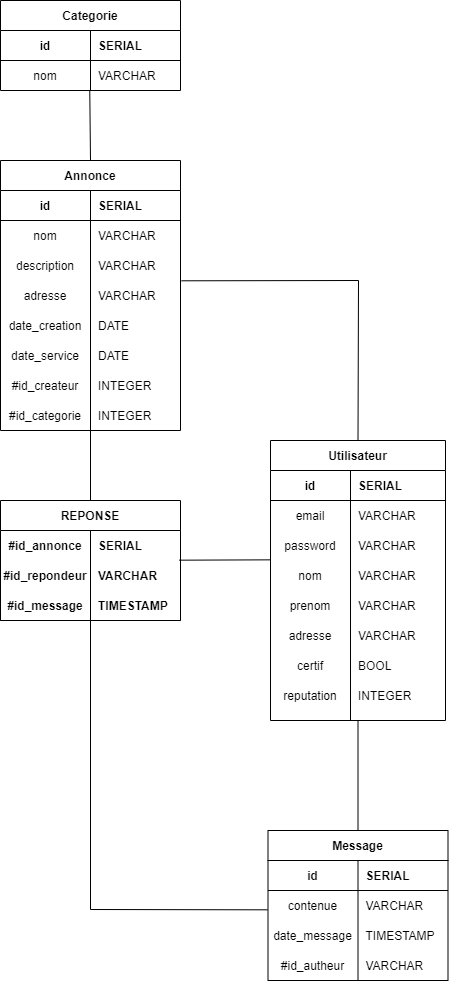
Earlier version of the draw.io export rapport/images/Schema-relationnel-BDD.png (SkavenWannabe/ArtEntraide). Source tidied: cells renumbered, new cells last; positions are measured from the earlier drawing's top-left corner, leaving out a move shared by most shapes.
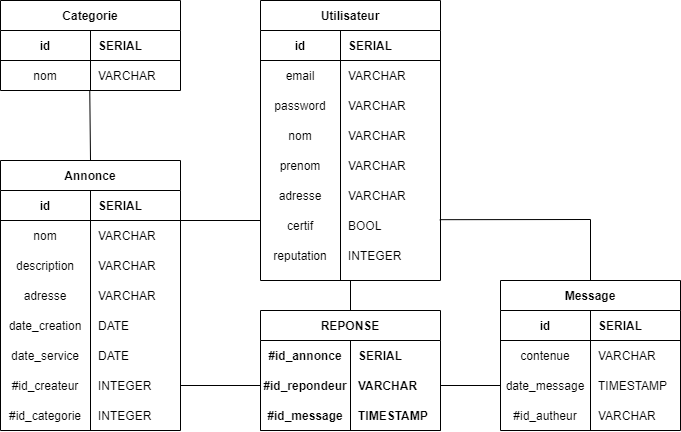
The same diagram one commit later.

Commit message:
Réduction de la taille du schéma de la bdd

The edit, as a diff of the source:
```diff
@@ -3,79 +3,79 @@
     <mxCell id="0" />
     <mxCell id="1" parent="0" />
     <mxCell id="2" value="Utilisateur" style="shape=table;startSize=30;rowLines=0;fontStyle=1;align=center;columnLines=1;resizeLastRow=0;" parent="1" vertex="1">
-      <mxGeometry x="270" y="440" width="175" height="280" as="geometry" />
+      <mxGeometry x="260" width="180" height="280" as="geometry" />
     </mxCell>
     <mxCell id="3" style="shape=partialRectangle;fillColor=none;top=0;left=0;bottom=1;right=0;" parent="2" vertex="1">
-      <mxGeometry y="30" width="175" height="30" as="geometry" />
+      <mxGeometry y="30" width="180" height="30" as="geometry" />
     </mxCell>
     <mxCell id="4" value="id" style="shape=partialRectangle;fillColor=none;top=0;left=0;bottom=0;right=0;fontStyle=1;overflow=hidden;" parent="3" vertex="1">
       <mxGeometry width="80" height="30" as="geometry" />
     </mxCell>
     <mxCell id="5" value="SERIAL" style="shape=partialRectangle;fillColor=none;top=0;left=0;bottom=0;right=0;align=left;spacingLeft=6;fontStyle=1;overflow=hidden;" parent="3" vertex="1">
-      <mxGeometry x="80" width="95" height="30" as="geometry" />
+      <mxGeometry x="80" width="100" height="30" as="geometry" />
     </mxCell>
     <mxCell id="6" style="shape=partialRectangle;fillColor=none;top=0;left=0;bottom=0;right=0;" parent="2" vertex="1">
-      <mxGeometry y="60" width="175" height="30" as="geometry" />
+      <mxGeometry y="60" width="180" height="30" as="geometry" />
     </mxCell>
     <mxCell id="7" value="email" style="shape=partialRectangle;fillColor=none;top=0;left=0;bottom=0;right=0;overflow=hidden;" parent="6" vertex="1">
       <mxGeometry width="80" height="30" as="geometry" />
     </mxCell>
     <mxCell id="8" value="VARCHAR" style="shape=partialRectangle;fillColor=none;top=0;left=0;bottom=0;right=0;align=left;spacingLeft=6;overflow=hidden;" parent="6" vertex="1">
-      <mxGeometry x="80" width="95" height="30" as="geometry" />
+      <mxGeometry x="80" width="100" height="30" as="geometry" />
     </mxCell>
     <mxCell id="9" style="shape=partialRectangle;fillColor=none;top=0;left=0;bottom=0;right=0;" parent="2" vertex="1">
-      <mxGeometry y="90" width="175" height="30" as="geometry" />
+      <mxGeometry y="90" width="180" height="30" as="geometry" />
     </mxCell>
     <mxCell id="10" value="password" style="shape=partialRectangle;fillColor=none;top=0;left=0;bottom=0;right=0;overflow=hidden;" parent="9" vertex="1">
       <mxGeometry width="80" height="30" as="geometry" />
     </mxCell>
     <mxCell id="11" value="VARCHAR" style="shape=partialRectangle;fillColor=none;top=0;left=0;bottom=0;right=0;align=left;spacingLeft=6;overflow=hidden;" parent="9" vertex="1">
-      <mxGeometry x="80" width="95" height="30" as="geometry" />
+      <mxGeometry x="80" width="100" height="30" as="geometry" />
     </mxCell>
     <mxCell id="12" style="shape=partialRectangle;fillColor=none;top=0;left=0;bottom=0;right=0;points=[[0,0.5],[1,0.5]];portConstraint=eastwest;" parent="2" vertex="1">
-      <mxGeometry y="120" width="175" height="30" as="geometry" />
+      <mxGeometry y="120" width="180" height="30" as="geometry" />
     </mxCell>
     <mxCell id="13" value="nom" style="shape=partialRectangle;fillColor=none;top=0;left=0;bottom=0;right=0;overflow=hidden;" parent="12" vertex="1">
       <mxGeometry width="80" height="30" as="geometry" />
     </mxCell>
     <mxCell id="14" value="VARCHAR" style="shape=partialRectangle;fillColor=none;top=0;left=0;bottom=0;right=0;align=left;spacingLeft=6;overflow=hidden;" parent="12" vertex="1">
-      <mxGeometry x="80" width="95" height="30" as="geometry" />
+      <mxGeometry x="80" width="100" height="30" as="geometry" />
     </mxCell>
     <mxCell id="15" style="shape=partialRectangle;fillColor=none;top=0;left=0;bottom=0;right=0;" parent="2" vertex="1">
-      <mxGeometry y="150" width="175" height="30" as="geometry" />
+      <mxGeometry y="150" width="180" height="30" as="geometry" />
     </mxCell>
     <mxCell id="16" value="prenom" style="shape=partialRectangle;fillColor=none;top=0;left=0;bottom=0;right=0;fontStyle=0;overflow=hidden;" parent="15" vertex="1">
       <mxGeometry width="80" height="30" as="geometry" />
     </mxCell>
     <mxCell id="17" value="VARCHAR" style="shape=partialRectangle;fillColor=none;top=0;left=0;bottom=0;right=0;align=left;spacingLeft=6;fontStyle=0;overflow=hidden;" parent="15" vertex="1">
-      <mxGeometry x="80" width="95" height="30" as="geometry" />
+      <mxGeometry x="80" width="100" height="30" as="geometry" />
     </mxCell>
     <mxCell id="18" style="shape=partialRectangle;fillColor=none;top=0;left=0;bottom=0;right=0;" parent="2" vertex="1">
-      <mxGeometry y="180" width="175" height="30" as="geometry" />
+      <mxGeometry y="180" width="180" height="30" as="geometry" />
     </mxCell>
     <mxCell id="19" value="adresse" style="shape=partialRectangle;fillColor=none;top=0;left=0;bottom=0;right=0;fontStyle=0;overflow=hidden;" parent="18" vertex="1">
       <mxGeometry width="80" height="30" as="geometry" />
     </mxCell>
     <mxCell id="20" value="VARCHAR" style="shape=partialRectangle;fillColor=none;top=0;left=0;bottom=0;right=0;align=left;spacingLeft=6;fontStyle=0;overflow=hidden;" parent="18" vertex="1">
-      <mxGeometry x="80" width="95" height="30" as="geometry" />
+      <mxGeometry x="80" width="100" height="30" as="geometry" />
     </mxCell>
     <mxCell id="21" style="shape=partialRectangle;fillColor=none;top=0;left=0;bottom=0;right=0;points=[[0,0.5],[1,0.5]];portConstraint=eastwest;" parent="2" vertex="1">
-      <mxGeometry y="210" width="175" height="30" as="geometry" />
+      <mxGeometry y="210" width="180" height="30" as="geometry" />
     </mxCell>
     <mxCell id="22" value="certif" style="shape=partialRectangle;fillColor=none;top=0;left=0;bottom=0;right=0;fontStyle=0;overflow=hidden;" parent="21" vertex="1">
       <mxGeometry width="80" height="30" as="geometry" />
     </mxCell>
     <mxCell id="23" value="BOOL" style="shape=partialRectangle;fillColor=none;top=0;left=0;bottom=0;right=0;align=left;spacingLeft=6;fontStyle=0;overflow=hidden;" parent="21" vertex="1">
-      <mxGeometry x="80" width="95" height="30" as="geometry" />
+      <mxGeometry x="80" width="100" height="30" as="geometry" />
     </mxCell>
     <mxCell id="24" style="shape=partialRectangle;fillColor=none;top=0;left=0;bottom=0;right=0;" parent="2" vertex="1">
-      <mxGeometry y="240" width="175" height="30" as="geometry" />
+      <mxGeometry y="240" width="180" height="30" as="geometry" />
     </mxCell>
     <mxCell id="25" value="reputation" style="shape=partialRectangle;fillColor=none;top=0;left=0;bottom=0;right=0;fontStyle=0;overflow=hidden;" parent="24" vertex="1">
       <mxGeometry width="80" height="30" as="geometry" />
     </mxCell>
     <mxCell id="26" value="INTEGER" style="shape=partialRectangle;fillColor=none;top=0;left=0;bottom=0;right=0;align=left;spacingLeft=6;fontStyle=0;overflow=hidden;" parent="24" vertex="1">
-      <mxGeometry x="80" width="95" height="30" as="geometry" />
+      <mxGeometry x="80" width="100" height="30" as="geometry" />
     </mxCell>
     <mxCell id="27" value="Annonce" style="shape=table;startSize=30;rowLines=0;fontStyle=1;align=center;columnLines=1;resizeLastRow=0;" parent="1" vertex="1">
       <mxGeometry y="160" width="180" height="270" as="geometry" />
@@ -177,7 +177,7 @@
       <mxGeometry relative="1" as="geometry" />
     </mxCell>
     <mxCell id="60" value="Message" style="shape=table;startSize=30;rowLines=0;fontStyle=1;align=center;columnLines=1;resizeLastRow=0;" parent="1" vertex="1">
-      <mxGeometry x="267.5" y="830" width="180" height="150" as="geometry" />
+      <mxGeometry x="500" y="280" width="180" height="150" as="geometry" />
     </mxCell>
     <mxCell id="61" style="shape=partialRectangle;fillColor=none;top=0;left=0;bottom=1;right=0;" parent="60" vertex="1">
       <mxGeometry y="30" width="180" height="30" as="geometry" />
@@ -215,15 +215,8 @@
     <mxCell id="72" value="VARCHAR" style="shape=partialRectangle;fillColor=none;top=0;left=0;bottom=0;right=0;align=left;spacingLeft=6;fontStyle=0;overflow=hidden;" parent="70" vertex="1">
       <mxGeometry x="90" width="90" height="30" as="geometry" />
     </mxCell>
-    <mxCell id="73" style="endArrow=none;html=1;entryX=0.5;entryY=0;entryDx=0;entryDy=0;exitX=1.006;exitY=0.01;exitDx=0;exitDy=0;exitPerimeter=0;rounded=0;" parent="1" edge="1" source="37" target="2">
-      <mxGeometry relative="1" as="geometry">
-        <Array as="points">
-          <mxPoint x="358" y="280" />
-        </Array>
-      </mxGeometry>
-    </mxCell>
     <mxCell id="74" value="REPONSE" style="shape=table;startSize=30;rowLines=0;fontStyle=1;align=center;columnLines=1;resizeLastRow=0;" parent="1" vertex="1">
-      <mxGeometry y="500" width="180" height="120" as="geometry" />
+      <mxGeometry x="260" y="310" width="180" height="120" as="geometry" />
     </mxCell>
     <mxCell id="75" style="shape=partialRectangle;fillColor=none;top=0;left=0;bottom=0;right=0;points=[[0,0.5],[1,0.5]];portConstraint=eastwest;" parent="74" vertex="1">
       <mxGeometry y="30" width="180" height="30" as="geometry" />
@@ -252,21 +245,27 @@
     <mxCell id="83" value="TIMESTAMP" style="shape=partialRectangle;fillColor=none;top=0;left=0;bottom=0;right=0;align=left;spacingLeft=6;fontStyle=1;overflow=hidden;perimeterSpacing=2;" parent="81" vertex="1">
       <mxGeometry x="90" width="90" height="30" as="geometry" />
     </mxCell>
-    <mxCell id="84" style="endArrow=none;html=1;entryX=0.5;entryY=0;entryDx=0;entryDy=0;exitX=0.5;exitY=1;exitDx=0;exitDy=0;" parent="1" edge="1" source="2" target="60">
-      <mxGeometry relative="1" as="geometry" />
-    </mxCell>
-    <mxCell id="85" style="endArrow=none;html=1;entryX=0.5;entryY=0;entryDx=0;entryDy=0;" parent="1" edge="1" source="49" target="74">
-      <mxGeometry relative="1" as="geometry" />
-    </mxCell>
-    <mxCell id="86" style="endArrow=none;html=1;entryX=0.994;entryY=0.989;entryDx=0;entryDy=0;exitX=0.002;exitY=-0.022;exitDx=0;exitDy=0;exitPerimeter=0;entryPerimeter=0;" parent="1" edge="1" source="12" target="75">
-      <mxGeometry relative="1" as="geometry" />
-    </mxCell>
-    <mxCell id="87" style="endArrow=none;html=1;exitX=0.5;exitY=1;exitDx=0;exitDy=0;exitPerimeter=0;entryX=-0.003;entryY=0.644;entryDx=0;entryDy=0;entryPerimeter=0;rounded=0;" parent="1" edge="1" source="81" target="64">
-      <mxGeometry relative="1" as="geometry">
-        <Array as="points">
-          <mxPoint x="90" y="909" />
-        </Array>
-      </mxGeometry>
-    </mxCell>
+    <mxCell id="88" style="endArrow=none;html=1;exitX=1;exitY=0.5;exitDx=0;exitDy=0;entryX=0;entryY=0.5;entryDx=0;entryDy=0;" parent="1" edge="1" source="46" target="78">
+      <mxGeometry relative="1" as="geometry" />
+    </mxCell>
+    <mxCell id="89" style="endArrow=none;html=1;exitX=1;exitY=0.5;exitDx=0;exitDy=0;entryX=0;entryY=0.5;entryDx=0;entryDy=0;" parent="1" edge="1" source="78" target="67">
+      <mxGeometry relative="1" as="geometry" />
+    </mxCell>
+    <mxCell id="90" style="endArrow=none;html=1;exitX=0.5;exitY=1;exitDx=0;exitDy=0;entryX=0.5;entryY=0;entryDx=0;entryDy=0;" parent="1" edge="1" source="2" target="74">
+      <mxGeometry relative="1" as="geometry" />
+    </mxCell>
+    <mxCell id="91" style="endArrow=none;html=1;exitX=0.996;exitY=0.306;exitDx=0;exitDy=0;entryX=0.5;entryY=0;entryDx=0;entryDy=0;rounded=0;exitPerimeter=0;" parent="1" edge="1" source="21" target="60">
+      <mxGeometry relative="1" as="geometry">
+        <Array as="points">
+          <mxPoint x="590" y="219" />
+        </Array>
+      </mxGeometry>
+    </mxCell>
+    <mxCell id="92" style="endArrow=none;html=1;exitX=1;exitY=0.5;exitDx=0;exitDy=0;entryX=0;entryY=0.5;entryDx=0;entryDy=0;" parent="1" edge="1">
+      <mxGeometry relative="1" as="geometry">
+        <mxPoint x="180" y="220" as="sourcePoint" />
+        <mxPoint x="260" y="220" as="targetPoint" />
+      </mxGeometry>
+    </mxCell>
   </root>
 </mxGraphModel>
```
